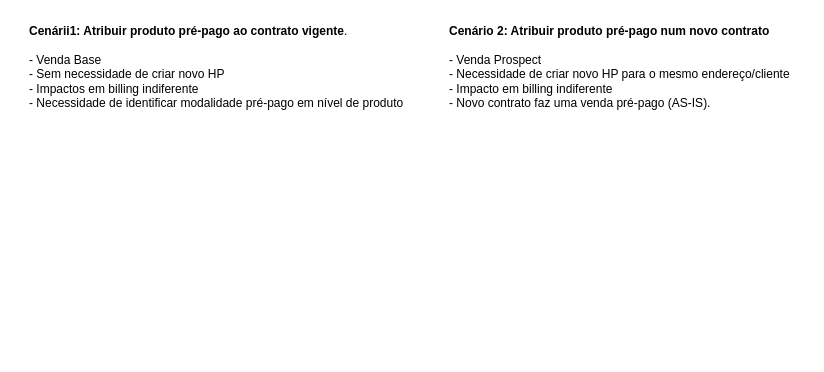
The draw.io diagram 114727-Pré Pago - VTal - Alinhamento interno Claro.drawio in samirali/ClaroBrasil, before the edit. Source tidied: cells renumbered, new cells numbered last; positions are measured from the earlier drawing's top-left corner, leaving out a move shared by most shapes. Both pictures are drawn from the tidied source at 100%, with x=0, y=0 at pixel (27, 17).
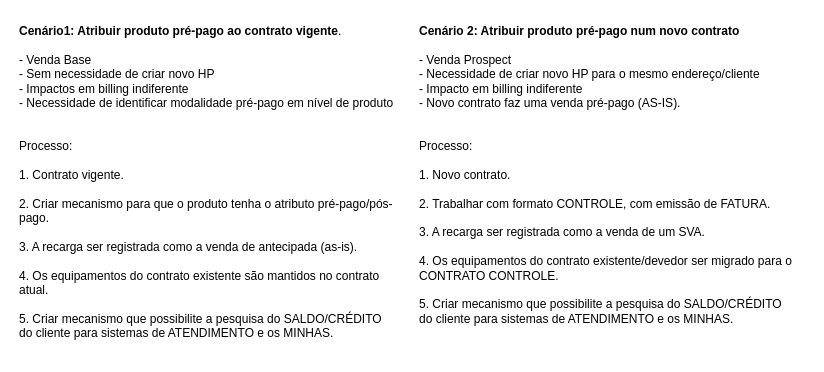
The same page after the edit.

What changed in the source:
```diff
@@
 <mxGraphModel>
   <root>
     <mxCell id="0" />
     <mxCell id="1" parent="0" />
-    <mxCell id="2" value="&lt;b&gt;Cenárii1: Atribuir produto pré-pago ao contrato vigente&lt;/b&gt;.&lt;div&gt;&lt;br&gt;&lt;/div&gt;&lt;div&gt;- Venda Base&lt;/div&gt;&lt;div&gt;- Sem necessidade de criar novo HP&lt;/div&gt;&lt;div&gt;- Impactos em billing indiferente&lt;/div&gt;&lt;div&gt;- Necessidade de identificar modalidade pré-pago em nível de produto&lt;/div&gt;&lt;div&gt;&lt;br&gt;&lt;div&gt;&lt;div&gt;&lt;br&gt;&lt;/div&gt;&lt;div&gt;&lt;br&gt;&lt;/div&gt;&lt;div&gt;&lt;div&gt;&lt;div&gt;&lt;br&gt;&lt;/div&gt;&lt;/div&gt;&lt;/div&gt;&lt;/div&gt;&lt;/div&gt;" style="text;html=1;align=left;verticalAlign=top;whiteSpace=wrap;rounded=0;horizontal=1;" parent="1" vertex="1">
-      <mxGeometry width="380" height="100" as="geometry" />
+    <mxCell id="2" value="&lt;b&gt;Cenário1: Atribuir produto pré-pago ao contrato vigente&lt;/b&gt;.&lt;div&gt;&lt;br&gt;&lt;/div&gt;&lt;div&gt;- Venda Base&lt;/div&gt;&lt;div&gt;- Sem necessidade de criar novo HP&lt;/div&gt;&lt;div&gt;- Impactos em billing indiferente&lt;/div&gt;&lt;div&gt;- Necessidade de identificar modalidade pré-pago em nível de produto&lt;/div&gt;&lt;div&gt;&lt;br&gt;&lt;div&gt;&lt;div&gt;&lt;br&gt;&lt;/div&gt;&lt;div&gt;&lt;div&gt;Processo:&lt;/div&gt;&lt;div&gt;&lt;br&gt;&lt;/div&gt;&lt;div&gt;1. Contrato vigente.&lt;/div&gt;&lt;div&gt;&lt;br&gt;&lt;/div&gt;&lt;div&gt;2. Criar mecanismo para que o produto tenha o atributo pré-pago/pós-pago.&lt;/div&gt;&lt;div&gt;&lt;br&gt;&lt;/div&gt;&lt;div&gt;3. A recarga ser registrada como a venda de antecipada (as-is).&lt;/div&gt;&lt;div&gt;&lt;br&gt;&lt;/div&gt;&lt;div&gt;4. Os equipamentos do contrato existente são mantidos no contrato atual.&lt;/div&gt;&lt;div&gt;&lt;br&gt;&lt;/div&gt;&lt;div&gt;5. Criar mecanismo que possibilite a pesquisa do SALDO/CRÉDITO do cliente para sistemas de ATENDIMENTO e os MINHAS.&lt;/div&gt;&lt;/div&gt;&lt;div&gt;&lt;div&gt;&lt;div&gt;&lt;br&gt;&lt;/div&gt;&lt;/div&gt;&lt;/div&gt;&lt;/div&gt;&lt;/div&gt;" style="text;html=1;align=left;verticalAlign=top;whiteSpace=wrap;rounded=0;horizontal=1;" parent="1" vertex="1">
+      <mxGeometry x="-10" width="380" height="330" as="geometry" />
     </mxCell>
-    <mxCell id="3" value="&lt;div&gt;&lt;b&gt;Cenário 2: Atribuir produto pré-pago num novo contrato&lt;/b&gt;&lt;br&gt;&lt;div&gt;&lt;br&gt;&lt;/div&gt;&lt;/div&gt;&lt;div&gt;- Venda Prospect&lt;/div&gt;&lt;div&gt;- Necessidade de criar novo HP para o mesmo endereço/cliente&lt;/div&gt;&lt;div&gt;- Impacto em billing indiferente&lt;/div&gt;&lt;div&gt;- Novo contrato faz uma venda pré-pago (AS-IS).&lt;/div&gt;" style="text;html=1;align=left;verticalAlign=top;whiteSpace=wrap;rounded=0;" parent="1" vertex="1">
-      <mxGeometry x="420" width="360" height="100" as="geometry" />
+    <mxCell id="3" value="&lt;div&gt;&lt;b&gt;Cenário 2: Atribuir produto pré-pago num novo contrato&lt;/b&gt;&lt;br&gt;&lt;div&gt;&lt;br&gt;&lt;/div&gt;&lt;/div&gt;&lt;div&gt;- Venda Prospect&lt;/div&gt;&lt;div&gt;- Necessidade de criar novo HP para o mesmo endereço/cliente&lt;/div&gt;&lt;div&gt;- Impacto em billing indiferente&lt;/div&gt;&lt;div&gt;- Novo contrato faz uma venda pré-pago (AS-IS).&lt;/div&gt;&lt;div&gt;&lt;br&gt;&lt;/div&gt;&lt;div&gt;&lt;div&gt;&lt;br&gt;&lt;/div&gt;&lt;div&gt;Processo:&lt;/div&gt;&lt;div&gt;&lt;br&gt;&lt;/div&gt;&lt;div&gt;1. Novo contrato.&lt;/div&gt;&lt;div&gt;&lt;br&gt;&lt;/div&gt;&lt;div&gt;2. Trabalhar com formato CONTROLE, com emissão de FATURA.&lt;/div&gt;&lt;div&gt;&lt;br&gt;&lt;/div&gt;&lt;div&gt;3. A recarga ser registrada como a venda de um SVA.&lt;/div&gt;&lt;div&gt;&lt;br&gt;&lt;/div&gt;&lt;div&gt;4. Os equipamentos do contrato existente/devedor ser migrado para o CONTRATO CONTROLE.&lt;/div&gt;&lt;div&gt;&lt;br&gt;&lt;/div&gt;&lt;div&gt;5. Criar mecanismo que possibilite a pesquisa do SALDO/CRÉDITO do cliente para sistemas de ATENDIMENTO e os MINHAS.&lt;/div&gt;&lt;/div&gt;&lt;div&gt;&lt;br&gt;&lt;/div&gt;" style="text;html=1;align=left;verticalAlign=top;whiteSpace=wrap;rounded=0;" parent="1" vertex="1">
+      <mxGeometry x="390" width="380" height="330" as="geometry" />
     </mxCell>
   </root>
 </mxGraphModel>
```
